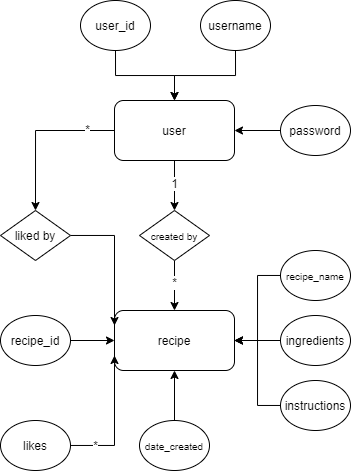
This is misc/ER-Diagram.png from Erik-Tran-Simonsson-NTI-Johanneberg/slutprojektWSP21, a draw.io export, as it was before one commit. Source tidied: cells renumbered, new cells last; positions are measured from the earlier drawing's top-left corner, leaving out a move shared by most shapes.
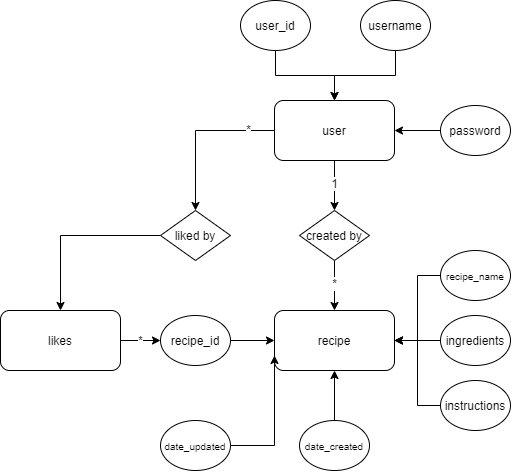
Later version of the same file.

The edit, as a diff of the source:
```diff
@@ -74,17 +74,17 @@
     <mxCell id="25" value="&lt;font style=&quot;font-size: 10px&quot;&gt;date_created&lt;/font&gt;" style="ellipse;whiteSpace=wrap;html=1;" parent="1" vertex="1">
       <mxGeometry x="139" y="420" width="70" height="50" as="geometry" />
     </mxCell>
-    <mxCell id="26" style="edgeStyle=orthogonalEdgeStyle;rounded=0;jettySize=auto;html=1;entryX=0;entryY=0.25;entryDx=0;entryDy=0;" parent="1" edge="1" source="27" target="15">
+    <mxCell id="26" style="edgeStyle=orthogonalEdgeStyle;rounded=0;jettySize=auto;html=1;entryX=0.5;entryY=0;entryDx=0;entryDy=0;" parent="1" edge="1" source="27" target="32">
       <mxGeometry relative="1" as="geometry">
         <Array as="points">
-          <mxPoint x="114" y="235" />
+          <mxPoint x="-100" y="235" />
         </Array>
       </mxGeometry>
     </mxCell>
     <mxCell id="27" value="liked by" style="rhombus;whiteSpace=wrap;html=1;" parent="1" vertex="1">
       <mxGeometry y="210" width="70" height="50" as="geometry" />
     </mxCell>
-    <mxCell id="28" value="&lt;font style=&quot;font-size: 10px&quot;&gt;created by&lt;/font&gt;" style="rhombus;whiteSpace=wrap;html=1;" parent="1" vertex="1">
+    <mxCell id="28" value="created by" style="rhombus;whiteSpace=wrap;html=1;" parent="1" vertex="1">
       <mxGeometry x="139" y="210" width="70" height="50" as="geometry" />
     </mxCell>
     <mxCell id="29" style="edgeStyle=orthogonalEdgeStyle;rounded=0;jettySize=auto;html=1;entryX=0;entryY=0.75;entryDx=0;entryDy=0;" parent="1" edge="1" source="31" target="15">
@@ -94,11 +94,14 @@
         </Array>
       </mxGeometry>
     </mxCell>
+    <mxCell id="31" value="&lt;font style=&quot;font-size: 10px&quot;&gt;date_updated&lt;/font&gt;" style="ellipse;whiteSpace=wrap;html=1;" parent="1" vertex="1">
+      <mxGeometry y="420" width="70" height="50" as="geometry" />
+    </mxCell>
-    <mxCell id="30" value="&lt;font style=&quot;font-size: 12px&quot;&gt;*&lt;/font&gt;" style="edgeLabel;html=1;align=center;verticalAlign=middle;" parent="29" vertex="1">
-      <mxGeometry x="-0.63" relative="1" as="geometry" />
+    <mxCell id="30" value="*" style="edgeStyle=orthogonalEdgeStyle;rounded=0;jettySize=auto;html=1;entryX=0;entryY=0.5;entryDx=0;entryDy=0;" parent="1" edge="1" source="32" target="17">
+      <mxGeometry relative="1" as="geometry" />
     </mxCell>
-    <mxCell id="31" value="likes" style="ellipse;whiteSpace=wrap;html=1;" parent="1" vertex="1">
-      <mxGeometry y="420" width="70" height="50" as="geometry" />
-    </mxCell>
+    <mxCell id="32" value="likes" style="rounded=1;whiteSpace=wrap;html=1;" parent="1" vertex="1">
+      <mxGeometry x="-160" y="310" width="120" height="60" as="geometry" />
+    </mxCell>
   </root>
 </mxGraphModel>
```
